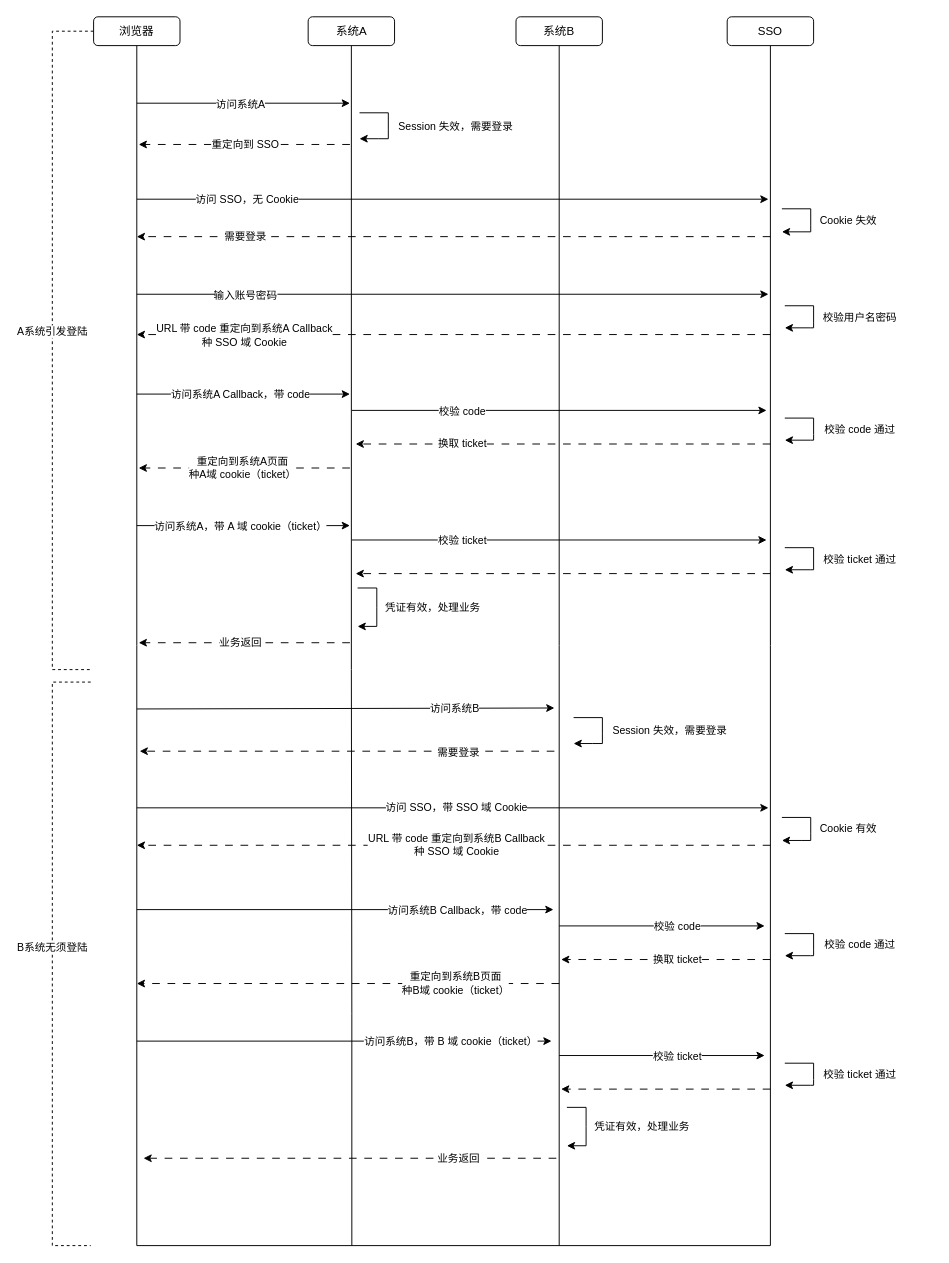
Earlier version of the draw.io diagram 面试必问：cookie、session、token、jwt、单点登录，都是怎么用的.drawio (HaiHuangCHN/diagrams). Source tidied: cells renumbered, new cells numbered last; positions are measured from the earlier drawing's top-left corner, leaving out a move shared by most shapes. Both pictures are drawn from the tidied source at 96%, with x=0, y=0 at pixel (52, 16).
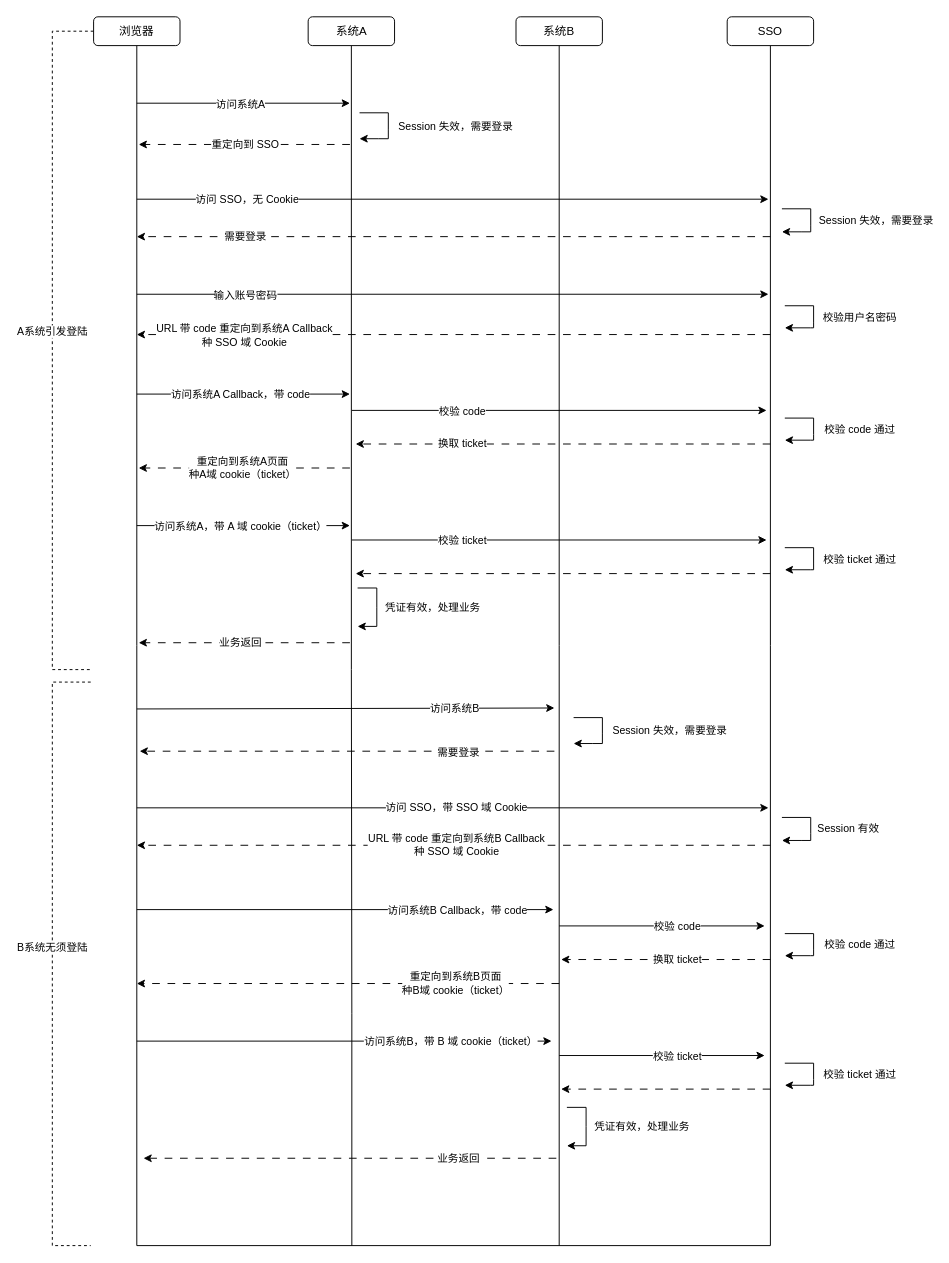
The same diagram, later.

Commit message:
更新面试必问：cookie、session、token、jwt、单点登录，都是怎么用的.drawio

The change refers to these unchanged cells:
```xml
<mxCell id="20" style="endArrow=classic;html=1;rounded=0;" parent="1" edge="1">
  <mxGeometry relative="1" as="geometry">
    <mxPoint x="760" y="200" as="sourcePoint" />
    <mxPoint x="760" y="224" as="targetPoint" />
    <Array as="points">
      <mxPoint x="790" y="200" />
      <mxPoint x="790" y="217" />
      <mxPoint x="790" y="224" />
      <mxPoint x="780" y="224" />
    </Array>
  </mxGeometry>
</mxCell>
<mxCell id="61" style="endArrow=classic;html=1;rounded=0;" parent="1" edge="1">
  <mxGeometry relative="1" as="geometry">
    <mxPoint x="760" y="834" as="sourcePoint" />
    <mxPoint x="760" y="858" as="targetPoint" />
    <Array as="points">
      <mxPoint x="790" y="834" />
      <mxPoint x="790" y="851" />
      <mxPoint x="790" y="858" />
      <mxPoint x="780" y="858" />
    </Array>
  </mxGeometry>
</mxCell>
```

Change to the diagram source:
```diff
@@
-    <mxCell id="21" value="Cookie 失效" style="edgeLabel;html=1;align=center;verticalAlign=middle;" parent="20" vertex="1">
+    <mxCell id="21" value="Session 失效，需要登录" style="edgeLabel;html=1;align=center;verticalAlign=middle;" parent="20" vertex="1">
       <mxGeometry x="-0.02" y="-1" relative="1" as="geometry">
-        <mxPoint x="39" as="offset" />
+        <mxPoint x="68" as="offset" />
       </mxGeometry>
     </mxCell>
@@
-    <mxCell id="62" value="Cookie 有效" style="edgeLabel;html=1;align=center;verticalAlign=middle;" parent="61" vertex="1">
+    <mxCell id="62" value="Session 有效" style="edgeLabel;html=1;align=center;verticalAlign=middle;" parent="61" vertex="1">
       <mxGeometry x="-0.02" y="-1" relative="1" as="geometry">
         <mxPoint x="39" as="offset" />
       </mxGeometry>
     </mxCell>
```
